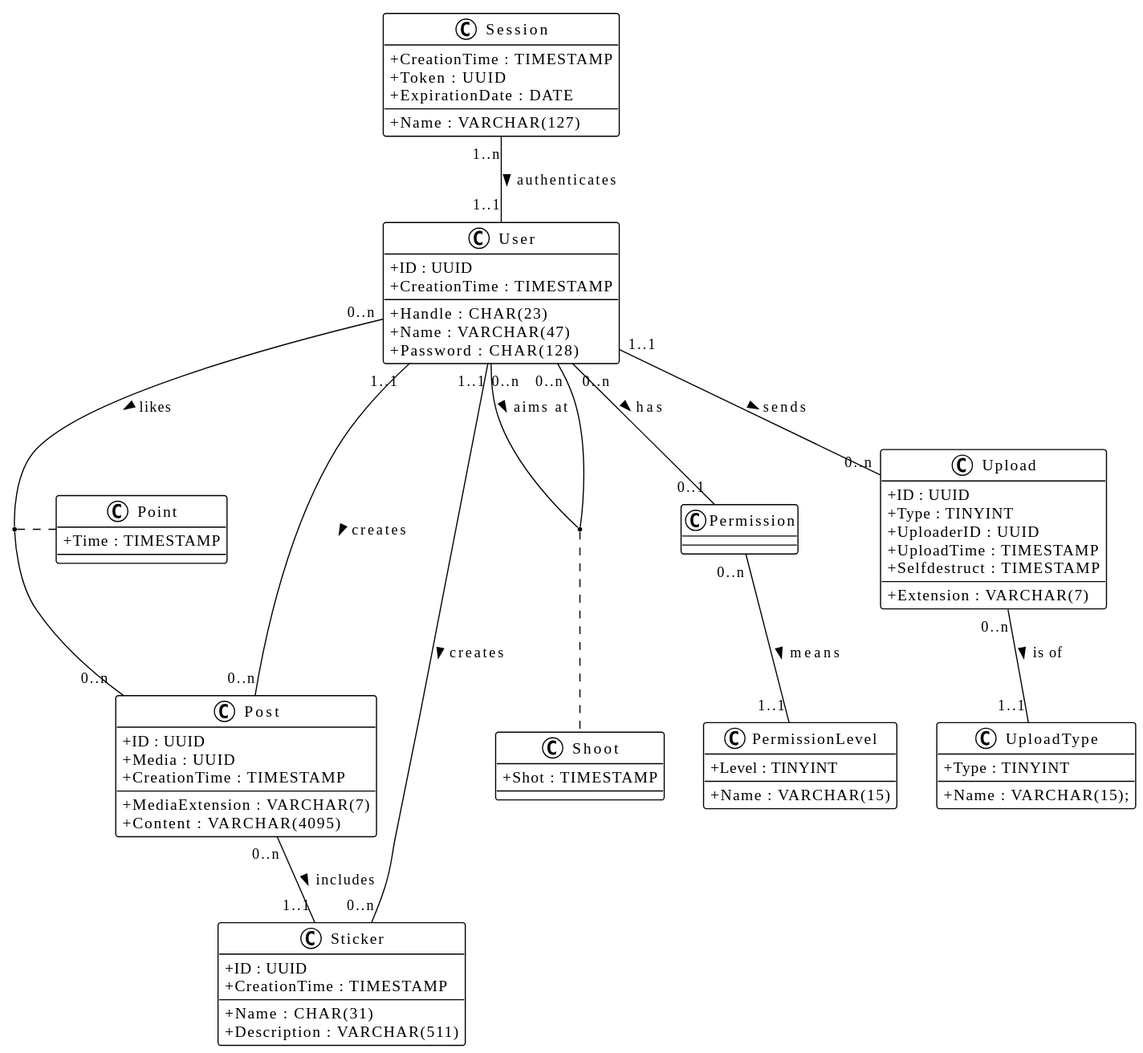
The PlantUML diagram doc/hiddlestickUML.svg in luca-baeck/Soziales-Netzwerk, before a commit.
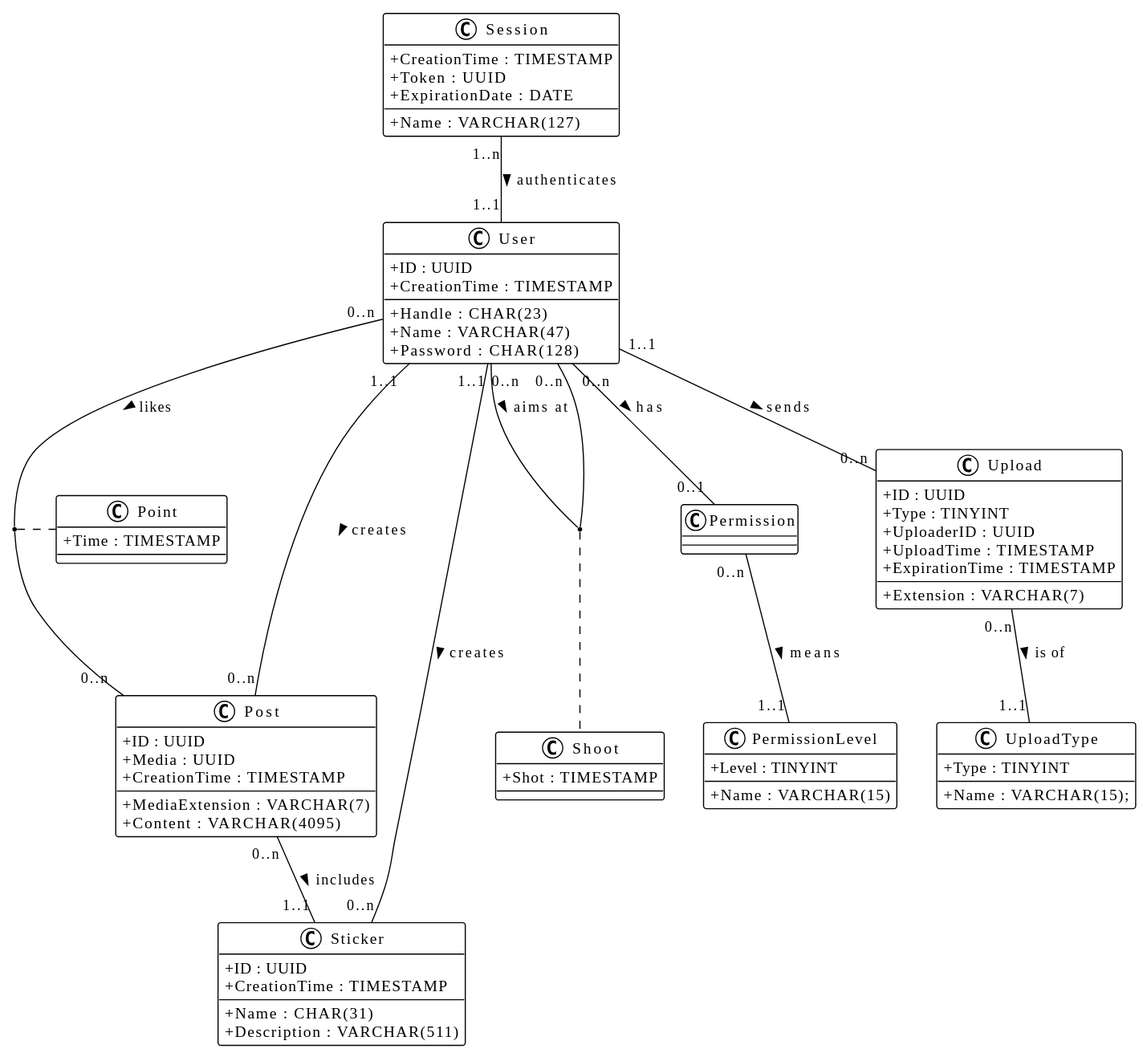
After the change.

Commit message:
Renamed Selfdestruct to ExpirationTime

Diff of the diagram source:
```diff
@@ -72,6 +72,6 @@
     + Type : TINYINT
     + UploaderID : UUID
     + UploadTime : TIMESTAMP
-    + Selfdestruct : TIMESTAMP
+    + ExpirationTime : TIMESTAMP
 }
 @enduml
```
